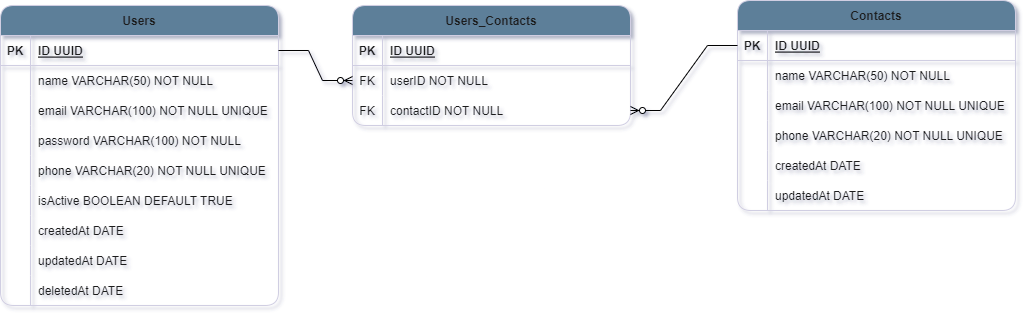
Before: Contact-Book-diagram.png, a diagram exported from draw.io (henriquejesus128/Contact-Book-API). Source tidied: cells renumbered, new cells last; positions are measured from the earlier drawing's top-left corner, leaving out a move shared by most shapes.
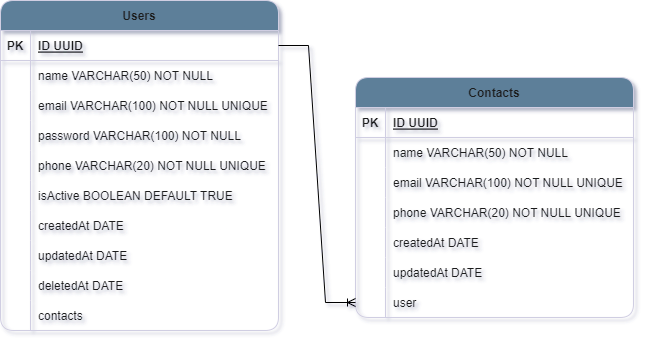
Later version of the same file.

What changed in the source:
```diff
@@ -3,7 +3,7 @@
     <mxCell id="0" />
     <mxCell id="1" parent="0" />
     <mxCell id="2" value="Users" style="shape=table;startSize=30;rowLines=0;fontStyle=1;align=center;labelBackgroundColor=none;fillColor=#5D7F99;strokeColor=#D0CEE2;fontColor=#1A1A1A;rounded=1;" parent="1" vertex="1">
-      <mxGeometry y="5" width="278" height="300" as="geometry" />
+      <mxGeometry x="108" y="7" width="278" height="330" as="geometry" />
     </mxCell>
     <mxCell id="3" style="shape=partialRectangle;fillColor=none;points=[[0,0.5],[1,0.5]];portConstraint=eastwest;top=0;left=0;right=0;bottom=1;labelBackgroundColor=none;strokeColor=#D0CEE2;fontColor=#1A1A1A;rounded=1;" parent="2" vertex="1">
       <mxGeometry y="30" width="278" height="30" as="geometry" />
@@ -86,8 +86,17 @@
     <mxCell id="29" value="deletedAt DATE" style="shape=partialRectangle;overflow=hidden;fillColor=none;top=0;left=0;bottom=0;right=0;align=left;spacingLeft=6;labelBackgroundColor=none;strokeColor=#D0CEE2;fontColor=#1A1A1A;rounded=1;" parent="27" vertex="1">
       <mxGeometry x="30" width="248" height="30" as="geometry" />
     </mxCell>
+    <mxCell id="61" style="shape=partialRectangle;fillColor=none;top=0;left=0;right=0;bottom=0;labelBackgroundColor=none;strokeColor=#D0CEE2;fontColor=#1A1A1A;rounded=1;" parent="2" vertex="1">
+      <mxGeometry y="300" width="278" height="30" as="geometry" />
+    </mxCell>
+    <mxCell id="62" style="shape=partialRectangle;overflow=hidden;fillColor=none;top=0;left=0;bottom=0;right=0;labelBackgroundColor=none;strokeColor=#D0CEE2;fontColor=#1A1A1A;rounded=1;" parent="61" vertex="1">
+      <mxGeometry width="30" height="30" as="geometry" />
+    </mxCell>
+    <mxCell id="63" value="contacts" style="shape=partialRectangle;overflow=hidden;fillColor=none;top=0;left=0;bottom=0;right=0;align=left;spacingLeft=6;labelBackgroundColor=none;strokeColor=#D0CEE2;fontColor=#1A1A1A;rounded=1;" parent="61" vertex="1">
+      <mxGeometry x="30" width="248" height="30" as="geometry" />
+    </mxCell>
     <mxCell id="30" value="Contacts" style="shape=table;startSize=30;rowLines=0;fontStyle=1;align=center;labelBackgroundColor=none;fillColor=#5D7F99;strokeColor=#D0CEE2;fontColor=#1A1A1A;rounded=1;" parent="1" vertex="1">
-      <mxGeometry x="737" width="278" height="210" as="geometry" />
+      <mxGeometry x="463" y="84" width="278" height="240" as="geometry" />
     </mxCell>
     <mxCell id="31" style="shape=partialRectangle;fillColor=none;points=[[0,0.5],[1,0.5]];portConstraint=eastwest;top=0;left=0;right=0;bottom=1;labelBackgroundColor=none;strokeColor=#D0CEE2;fontColor=#1A1A1A;rounded=1;" parent="30" vertex="1">
       <mxGeometry y="30" width="278" height="30" as="geometry" />
@@ -143,41 +152,17 @@
     <mxCell id="48" value="updatedAt DATE" style="shape=partialRectangle;overflow=hidden;fillColor=none;top=0;left=0;bottom=0;right=0;align=left;spacingLeft=6;labelBackgroundColor=none;strokeColor=#D0CEE2;fontColor=#1A1A1A;rounded=1;" parent="46" vertex="1">
       <mxGeometry x="30" width="248" height="30" as="geometry" />
     </mxCell>
-    <mxCell id="49" value="Users_Contacts" style="shape=table;startSize=30;rowLines=0;fontStyle=1;align=center;labelBackgroundColor=none;fillColor=#5D7F99;strokeColor=#D0CEE2;fontColor=#1A1A1A;rounded=1;" parent="1" vertex="1">
-      <mxGeometry x="352" y="5" width="278" height="120" as="geometry" />
-    </mxCell>
-    <mxCell id="50" style="shape=partialRectangle;fillColor=none;top=0;left=0;right=0;bottom=1;labelBackgroundColor=none;strokeColor=#D0CEE2;fontColor=#1A1A1A;rounded=1;" parent="49" vertex="1">
-      <mxGeometry y="30" width="278" height="30" as="geometry" />
-    </mxCell>
-    <mxCell id="51" value="PK" style="shape=partialRectangle;overflow=hidden;fillColor=none;top=0;left=0;bottom=0;right=0;fontStyle=1;labelBackgroundColor=none;strokeColor=#D0CEE2;fontColor=#1A1A1A;rounded=1;" parent="50" vertex="1">
-      <mxGeometry width="30" height="30" as="geometry" />
-    </mxCell>
-    <mxCell id="52" value="ID UUID" style="shape=partialRectangle;overflow=hidden;fillColor=none;top=0;left=0;bottom=0;right=0;align=left;spacingLeft=6;fontStyle=5;labelBackgroundColor=none;strokeColor=#D0CEE2;fontColor=#1A1A1A;rounded=1;" parent="50" vertex="1">
-      <mxGeometry x="30" width="248" height="30" as="geometry" />
-    </mxCell>
-    <mxCell id="53" style="shape=partialRectangle;fillColor=none;points=[[0,0.5],[1,0.5]];portConstraint=eastwest;top=0;left=0;right=0;bottom=0;labelBackgroundColor=none;strokeColor=#D0CEE2;fontColor=#1A1A1A;rounded=1;" parent="49" vertex="1">
-      <mxGeometry y="60" width="278" height="30" as="geometry" />
-    </mxCell>
-    <mxCell id="54" value="FK" style="shape=partialRectangle;overflow=hidden;fillColor=none;top=0;left=0;bottom=0;right=0;labelBackgroundColor=none;strokeColor=#D0CEE2;fontColor=#1A1A1A;rounded=1;" parent="53" vertex="1">
-      <mxGeometry width="30" height="30" as="geometry" />
-    </mxCell>
-    <mxCell id="55" value="userID NOT NULL" style="shape=partialRectangle;overflow=hidden;fillColor=none;top=0;left=0;bottom=0;right=0;align=left;spacingLeft=6;labelBackgroundColor=none;strokeColor=#D0CEE2;fontColor=#1A1A1A;rounded=1;" parent="53" vertex="1">
-      <mxGeometry x="30" width="248" height="30" as="geometry" />
-    </mxCell>
-    <mxCell id="56" style="shape=partialRectangle;fillColor=none;points=[[0,0.5],[1,0.5]];portConstraint=eastwest;top=0;left=0;right=0;bottom=0;labelBackgroundColor=none;strokeColor=#D0CEE2;fontColor=#1A1A1A;rounded=1;" parent="49" vertex="1">
-      <mxGeometry y="90" width="278" height="30" as="geometry" />
-    </mxCell>
-    <mxCell id="57" value="FK" style="shape=partialRectangle;overflow=hidden;fillColor=none;top=0;left=0;bottom=0;right=0;labelBackgroundColor=none;strokeColor=#D0CEE2;fontColor=#1A1A1A;rounded=1;" parent="56" vertex="1">
-      <mxGeometry width="30" height="30" as="geometry" />
-    </mxCell>
-    <mxCell id="58" value="contactID NOT NULL" style="shape=partialRectangle;overflow=hidden;fillColor=none;top=0;left=0;bottom=0;right=0;align=left;spacingLeft=6;labelBackgroundColor=none;strokeColor=#D0CEE2;fontColor=#1A1A1A;rounded=1;" parent="56" vertex="1">
-      <mxGeometry x="30" width="248" height="30" as="geometry" />
-    </mxCell>
-    <mxCell id="59" style="edgeStyle=entityRelationEdgeStyle;fontSize=12;html=1;endArrow=ERzeroToMany;endFill=1;rounded=0;exitX=0;exitY=0.5;exitDx=0;exitDy=0;" parent="1" edge="1" source="31" target="56">
-      <mxGeometry relative="1" as="geometry" />
-    </mxCell>
-    <mxCell id="60" style="edgeStyle=entityRelationEdgeStyle;fontSize=12;html=1;endArrow=ERzeroToMany;endFill=1;rounded=0;entryX=0;entryY=0.5;entryDx=0;entryDy=0;" parent="1" edge="1" source="3" target="53">
-      <mxGeometry relative="1" as="geometry" />
-    </mxCell>
+    <mxCell id="64" style="shape=partialRectangle;fillColor=none;points=[[0,0.5],[1,0.5]];portConstraint=eastwest;top=0;left=0;right=0;bottom=0;labelBackgroundColor=none;strokeColor=#D0CEE2;fontColor=#1A1A1A;rounded=1;" parent="30" vertex="1">
+      <mxGeometry y="210" width="278" height="30" as="geometry" />
+    </mxCell>
+    <mxCell id="65" style="shape=partialRectangle;overflow=hidden;fillColor=none;top=0;left=0;bottom=0;right=0;labelBackgroundColor=none;strokeColor=#D0CEE2;fontColor=#1A1A1A;rounded=1;" parent="64" vertex="1">
+      <mxGeometry width="30" height="30" as="geometry" />
+    </mxCell>
+    <mxCell id="66" value="user" style="shape=partialRectangle;overflow=hidden;fillColor=none;top=0;left=0;bottom=0;right=0;align=left;spacingLeft=6;labelBackgroundColor=none;strokeColor=#D0CEE2;fontColor=#1A1A1A;rounded=1;" parent="64" vertex="1">
+      <mxGeometry x="30" width="248" height="30" as="geometry" />
+    </mxCell>
+    <mxCell id="67" style="edgeStyle=entityRelationEdgeStyle;fontSize=12;html=1;endArrow=ERoneToMany;rounded=0;exitX=1;exitY=0.5;exitDx=0;exitDy=0;entryX=0;entryY=0.5;entryDx=0;entryDy=0;" parent="1" edge="1" source="3" target="64">
+      <mxGeometry relative="1" as="geometry" />
+    </mxCell>
   </root>
 </mxGraphModel>
```
